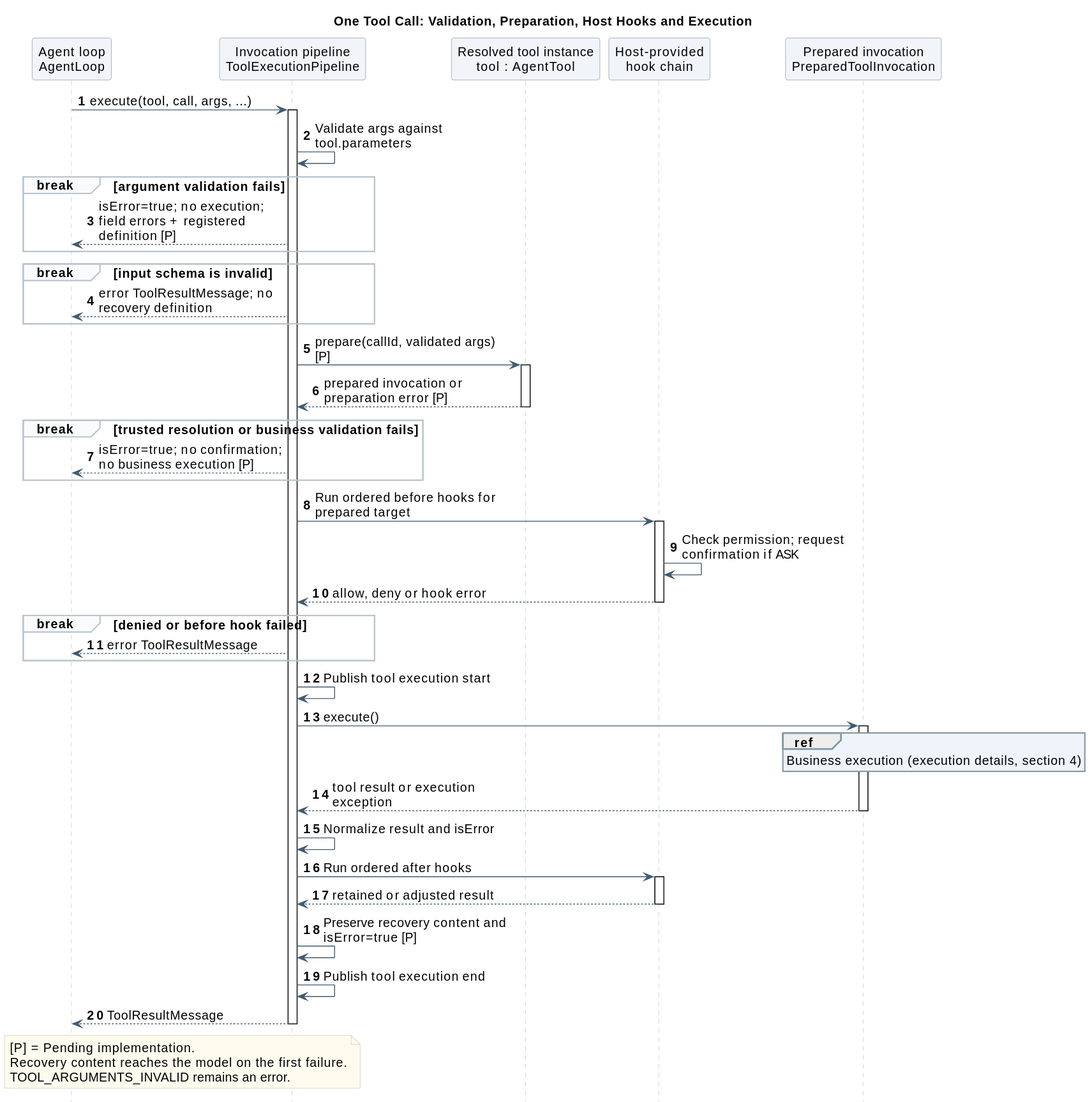
Earlier version of the PlantUML export 01-总体架构/02-CampusClaw工具系统/tool_invocation_pipeline.svg (ssm0808/pi-mono-java-design).
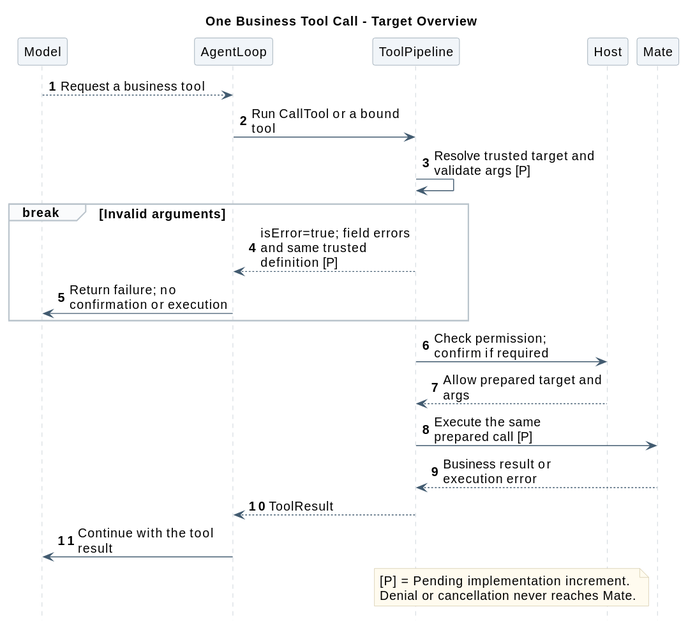
Later version of the same file.

What changed in the source:
```diff
@@ -4,62 +4,39 @@
 skinparam defaultFontSize 14
 skinparam shadowing false
 skinparam sequenceMessageAlign left
-skinparam maxMessageSize 210
+skinparam maxMessageSize 180
 skinparam sequenceArrowColor #425B70
 skinparam sequenceLifeLineBorderColor #BAC4CC
 skinparam sequenceParticipantBackgroundColor #F1F5F9
 skinparam sequenceParticipantBorderColor #8496A4
 skinparam sequenceGroupBackgroundColor #FAFBFC
 skinparam sequenceGroupBorderColor #BAC4CC
-skinparam sequenceReferenceBackgroundColor #EEF4FA
-skinparam sequenceReferenceBorderColor #8496A4
 skinparam noteBackgroundColor #FFFBEF
 skinparam noteBorderColor #D2C6A5
 hide footbox
 autonumber
-title One Tool Call: Validation, Preparation, Host Hooks and Execution
 
-participant "Agent loop\nAgentLoop" as Loop
-participant "Invocation pipeline\nToolExecutionPipeline" as Pipeline
-participant "Resolved tool instance\ntool : AgentTool" as Tool
-participant "Host-provided\nhook chain" as Hooks
-participant "Prepared invocation\nPreparedToolInvocation" as Prepared
-
-Loop -> Pipeline ++ : execute(tool, call, args, ...)
-Pipeline -> Pipeline : Validate args against tool.parameters
-break argument validation fails
-  Pipeline --> Loop : isError=true; no execution;\nfield errors + registered definition [P]
+title One Business Tool Call - Target Overview
+participant Model
+participant AgentLoop as Loop
+participant ToolPipeline as Pipeline
+participant Host
+participant Mate
+Model --> Loop : Request a business tool
+Loop -> Pipeline : Run CallTool or a bound tool
+Pipeline -> Pipeline : Resolve trusted target and validate args [P]
+break Invalid arguments
+  Pipeline --> Loop : isError=true; field errors\nand same trusted definition [P]
+  Loop -> Model : Return failure; no confirmation or execution
 end
-break input schema is invalid
-  Pipeline --> Loop : error ToolResultMessage; no recovery definition
-end
-Pipeline -> Tool ++ : prepare(callId, validated args) [P]
-Tool --> Pipeline -- : prepared invocation or preparation error [P]
-break trusted resolution or business validation fails
-  Pipeline --> Loop : isError=true; no confirmation;\nno business execution [P]
-end
-Pipeline -> Hooks ++ : Run ordered before hooks for prepared target
-Hooks -> Hooks : Check permission; request confirmation if ASK
-Hooks --> Pipeline -- : allow, deny or hook error
-break denied or before hook failed
-  Pipeline --> Loop : error ToolResultMessage
-end
-Pipeline -> Pipeline : Publish tool execution start
-Pipeline -> Prepared ++ : execute()
-ref over Prepared
-  Business execution (execution details, section 4)
-end ref
-Prepared --> Pipeline -- : tool result or execution exception
-Pipeline -> Pipeline : Normalize result and isError
-Pipeline -> Hooks ++ : Run ordered after hooks
-Hooks --> Pipeline -- : retained or adjusted result
-Pipeline -> Pipeline : Preserve recovery content and isError=true [P]
-Pipeline -> Pipeline : Publish tool execution end
-Pipeline --> Loop -- : ToolResultMessage
-
-note over Loop, Pipeline
-  [P] = Pending implementation.
-  Recovery content reaches the model on the first failure.
-  TOOL_ARGUMENTS_INVALID remains an error.
+Pipeline -> Host : Check permission; confirm if required
+Host --> Pipeline : Allow prepared target and args
+Pipeline -> Mate : Execute the same prepared call [P]
+Mate --> Pipeline : Business result or execution error
+Pipeline --> Loop : ToolResult
+Loop -> Model : Continue with the tool result
+note over Pipeline,Host
+  [P] = Pending implementation increment.
+  Denial or cancellation never reaches Mate.
 end note
 @enduml
```
